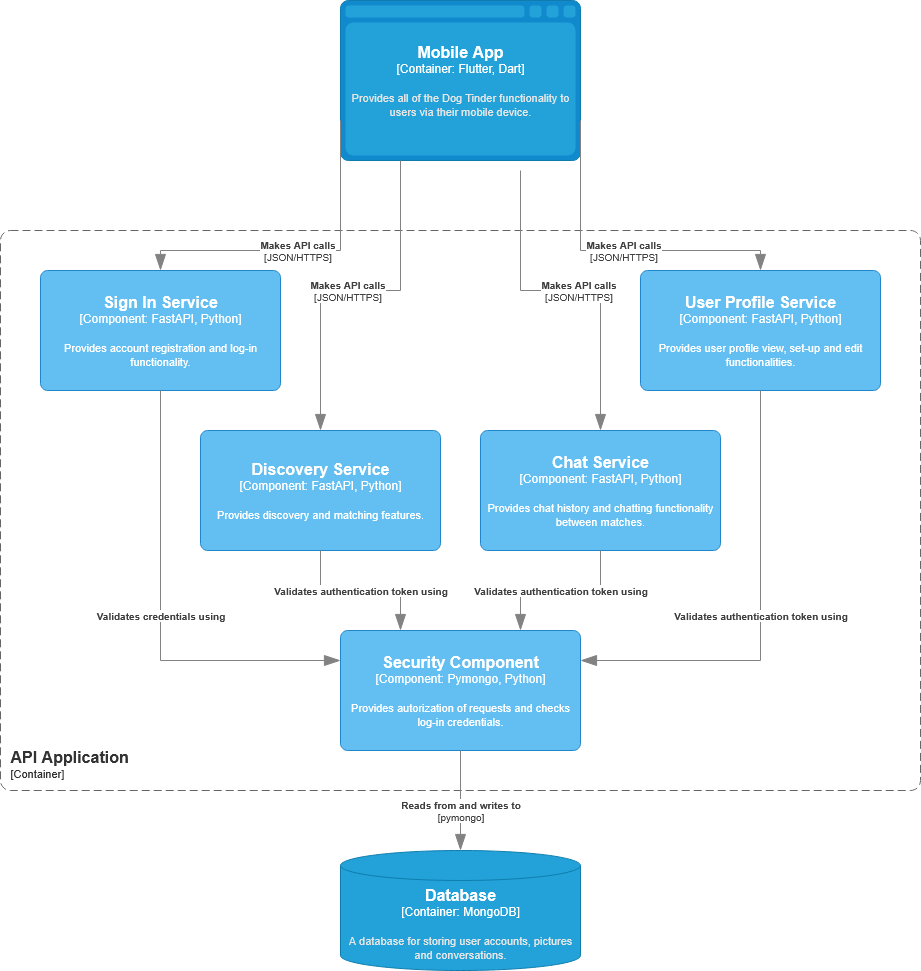
Earlier version of the draw.io export diagrams/api_components_diagram.drawio.png (qufocdz/Dog-Tinder). Source tidied: cells renumbered, new cells last; positions are measured from the earlier drawing's top-left corner, leaving out a move shared by most shapes.
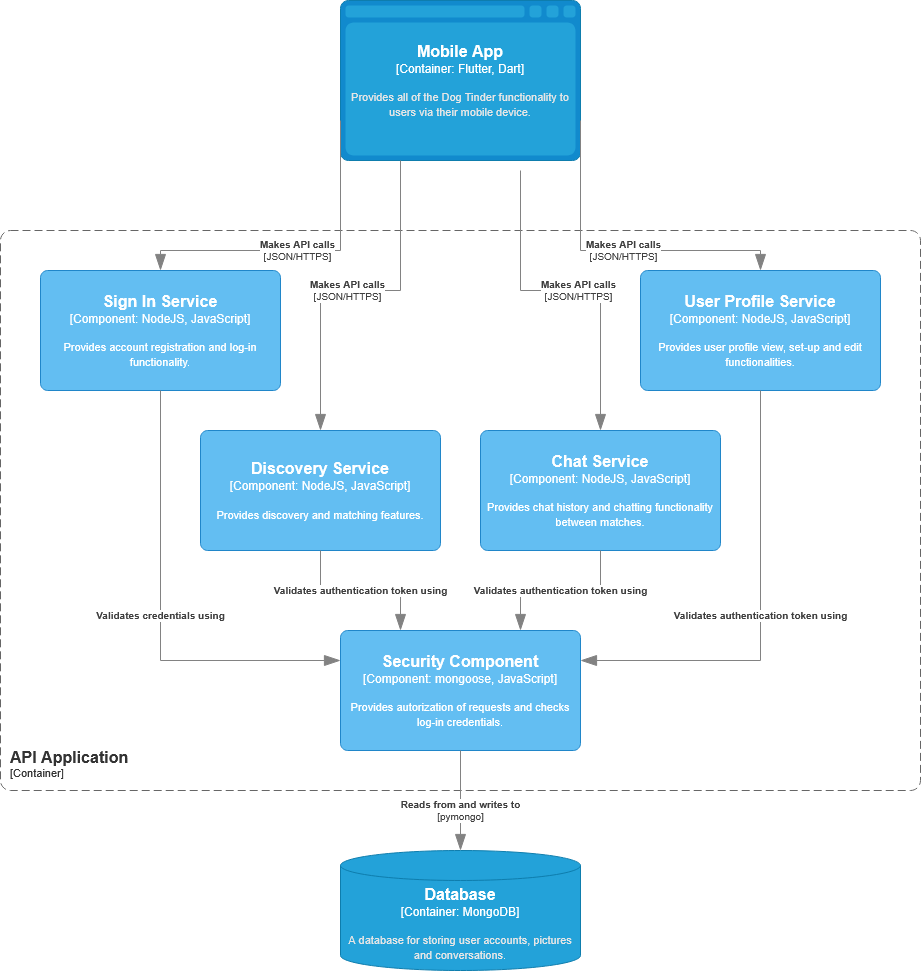
The same file after the commit.

Diff of the diagram source:
```diff
@@ -7,12 +7,12 @@
         <mxGeometry y="230" width="920" height="560" as="geometry" />
       </mxCell>
     </object>
-    <object id="3" label="&lt;font style=&quot;font-size: 16px&quot;&gt;&lt;b&gt;%c4Name%&lt;/b&gt;&lt;/font&gt;&lt;div&gt;[%c4Type%: %c4Technology%]&lt;/div&gt;&lt;br&gt;&lt;div&gt;&lt;font style=&quot;font-size: 11px&quot;&gt;%c4Description%&lt;/font&gt;&lt;/div&gt;" c4Description="Provides account registration and log-in functionality." c4Name="Sign In Service" c4Technology="FastAPI, Python" c4Type="Component" placeholders="1">
+    <object id="3" label="&lt;font style=&quot;font-size: 16px&quot;&gt;&lt;b&gt;%c4Name%&lt;/b&gt;&lt;/font&gt;&lt;div&gt;[%c4Type%: %c4Technology%]&lt;/div&gt;&lt;br&gt;&lt;div&gt;&lt;font style=&quot;font-size: 11px&quot;&gt;%c4Description%&lt;/font&gt;&lt;/div&gt;" c4Description="Provides account registration and log-in functionality." c4Name="Sign In Service" c4Technology="NodeJS, JavaScript" c4Type="Component" placeholders="1">
       <mxCell style="rounded=1;whiteSpace=wrap;html=1;labelBackgroundColor=none;fillColor=#63BEF2;fontColor=#ffffff;align=center;arcSize=6;strokeColor=#2086C9;points=[[0.25,0,0],[0.5,0,0],[0.75,0,0],[1,0.25,0],[1,0.5,0],[1,0.75,0],[0.75,1,0],[0.5,1,0],[0.25,1,0],[0,0.75,0],[0,0.5,0],[0,0.25,0]];" parent="1" vertex="1">
         <mxGeometry x="40" y="270" width="240" height="120" as="geometry" />
       </mxCell>
     </object>
-    <object id="4" label="&lt;font style=&quot;font-size: 16px&quot;&gt;&lt;b&gt;%c4Name%&lt;/b&gt;&lt;/font&gt;&lt;div&gt;[%c4Type%: %c4Technology%]&lt;/div&gt;&lt;br&gt;&lt;div&gt;&lt;font style=&quot;font-size: 11px&quot;&gt;%c4Description%&lt;/font&gt;&lt;/div&gt;" c4Description="Provides chat history and chatting functionality between matches." c4Name="Chat Service" c4Technology="FastAPI, Python" c4Type="Component" placeholders="1">
+    <object id="4" label="&lt;font style=&quot;font-size: 16px&quot;&gt;&lt;b&gt;%c4Name%&lt;/b&gt;&lt;/font&gt;&lt;div&gt;[%c4Type%: %c4Technology%]&lt;/div&gt;&lt;br&gt;&lt;div&gt;&lt;font style=&quot;font-size: 11px&quot;&gt;%c4Description%&lt;/font&gt;&lt;/div&gt;" c4Description="Provides chat history and chatting functionality between matches." c4Name="Chat Service" c4Technology="NodeJS, JavaScript" c4Type="Component" placeholders="1">
       <mxCell style="rounded=1;whiteSpace=wrap;html=1;labelBackgroundColor=none;fillColor=#63BEF2;fontColor=#ffffff;align=center;arcSize=6;strokeColor=#2086C9;points=[[0.25,0,0],[0.5,0,0],[0.75,0,0],[1,0.25,0],[1,0.5,0],[1,0.75,0],[0.75,1,0],[0.5,1,0],[0.25,1,0],[0,0.75,0],[0,0.5,0],[0,0.25,0]];" parent="1" vertex="1">
         <mxGeometry x="480" y="430" width="240" height="120" as="geometry" />
       </mxCell>
@@ -27,17 +27,17 @@
         <mxGeometry x="340" y="850" width="240" height="120" as="geometry" />
       </mxCell>
     </object>
-    <object id="7" label="&lt;font style=&quot;font-size: 16px&quot;&gt;&lt;b&gt;%c4Name%&lt;/b&gt;&lt;/font&gt;&lt;div&gt;[%c4Type%: %c4Technology%]&lt;/div&gt;&lt;br&gt;&lt;div&gt;&lt;font style=&quot;font-size: 11px&quot;&gt;%c4Description%&lt;/font&gt;&lt;/div&gt;" c4Description="Provides discovery and matching features." c4Name="Discovery Service" c4Technology="FastAPI, Python" c4Type="Component" placeholders="1">
+    <object id="7" label="&lt;font style=&quot;font-size: 16px&quot;&gt;&lt;b&gt;%c4Name%&lt;/b&gt;&lt;/font&gt;&lt;div&gt;[%c4Type%: %c4Technology%]&lt;/div&gt;&lt;br&gt;&lt;div&gt;&lt;font style=&quot;font-size: 11px&quot;&gt;%c4Description%&lt;/font&gt;&lt;/div&gt;" c4Description="Provides discovery and matching features." c4Name="Discovery Service" c4Technology="NodeJS, JavaScript" c4Type="Component" placeholders="1">
       <mxCell style="rounded=1;whiteSpace=wrap;html=1;labelBackgroundColor=none;fillColor=#63BEF2;fontColor=#ffffff;align=center;arcSize=6;strokeColor=#2086C9;points=[[0.25,0,0],[0.5,0,0],[0.75,0,0],[1,0.25,0],[1,0.5,0],[1,0.75,0],[0.75,1,0],[0.5,1,0],[0.25,1,0],[0,0.75,0],[0,0.5,0],[0,0.25,0]];" parent="1" vertex="1">
         <mxGeometry x="200" y="430" width="240" height="120" as="geometry" />
       </mxCell>
     </object>
-    <object id="8" label="&lt;font style=&quot;font-size: 16px&quot;&gt;&lt;b&gt;%c4Name%&lt;/b&gt;&lt;/font&gt;&lt;div&gt;[%c4Type%: %c4Technology%]&lt;/div&gt;&lt;br&gt;&lt;div&gt;&lt;font style=&quot;font-size: 11px&quot;&gt;%c4Description%&lt;/font&gt;&lt;/div&gt;" c4Description="Provides user profile view, set-up and edit functionalities." c4Name="User Profile Service" c4Technology="FastAPI, Python" c4Type="Component" placeholders="1">
+    <object id="8" label="&lt;font style=&quot;font-size: 16px&quot;&gt;&lt;b&gt;%c4Name%&lt;/b&gt;&lt;/font&gt;&lt;div&gt;[%c4Type%: %c4Technology%]&lt;/div&gt;&lt;br&gt;&lt;div&gt;&lt;font style=&quot;font-size: 11px&quot;&gt;%c4Description%&lt;/font&gt;&lt;/div&gt;" c4Description="Provides user profile view, set-up and edit functionalities." c4Name="User Profile Service" c4Technology="NodeJS, JavaScript" c4Type="Component" placeholders="1">
       <mxCell style="rounded=1;whiteSpace=wrap;html=1;labelBackgroundColor=none;fillColor=#63BEF2;fontColor=#ffffff;align=center;arcSize=6;strokeColor=#2086C9;points=[[0.25,0,0],[0.5,0,0],[0.75,0,0],[1,0.25,0],[1,0.5,0],[1,0.75,0],[0.75,1,0],[0.5,1,0],[0.25,1,0],[0,0.75,0],[0,0.5,0],[0,0.25,0]];" parent="1" vertex="1">
         <mxGeometry x="640" y="270" width="240" height="120" as="geometry" />
       </mxCell>
     </object>
-    <object id="9" label="&lt;font style=&quot;font-size: 16px&quot;&gt;&lt;b&gt;%c4Name%&lt;/b&gt;&lt;/font&gt;&lt;div&gt;[%c4Type%: %c4Technology%]&lt;/div&gt;&lt;br&gt;&lt;div&gt;&lt;font style=&quot;font-size: 11px&quot;&gt;%c4Description%&lt;/font&gt;&lt;/div&gt;" c4Description="Provides autorization of requests and checks log-in credentials." c4Name="Security Component" c4Technology="Pymongo, Python" c4Type="Component" placeholders="1">
+    <object id="9" label="&lt;font style=&quot;font-size: 16px&quot;&gt;&lt;b&gt;%c4Name%&lt;/b&gt;&lt;/font&gt;&lt;div&gt;[%c4Type%: %c4Technology%]&lt;/div&gt;&lt;br&gt;&lt;div&gt;&lt;font style=&quot;font-size: 11px&quot;&gt;%c4Description%&lt;/font&gt;&lt;/div&gt;" c4Description="Provides autorization of requests and checks log-in credentials." c4Name="Security Component" c4Technology="mongoose, JavaScript" c4Type="Component" placeholders="1">
       <mxCell style="rounded=1;whiteSpace=wrap;html=1;labelBackgroundColor=none;fillColor=#63BEF2;fontColor=#ffffff;align=center;arcSize=6;strokeColor=#2086C9;points=[[0.25,0,0],[0.5,0,0],[0.75,0,0],[1,0.25,0],[1,0.5,0],[1,0.75,0],[0.75,1,0],[0.5,1,0],[0.25,1,0],[0,0.75,0],[0,0.5,0],[0,0.25,0]];" parent="1" vertex="1">
         <mxGeometry x="340" y="630" width="240" height="120" as="geometry" />
       </mxCell>
```
